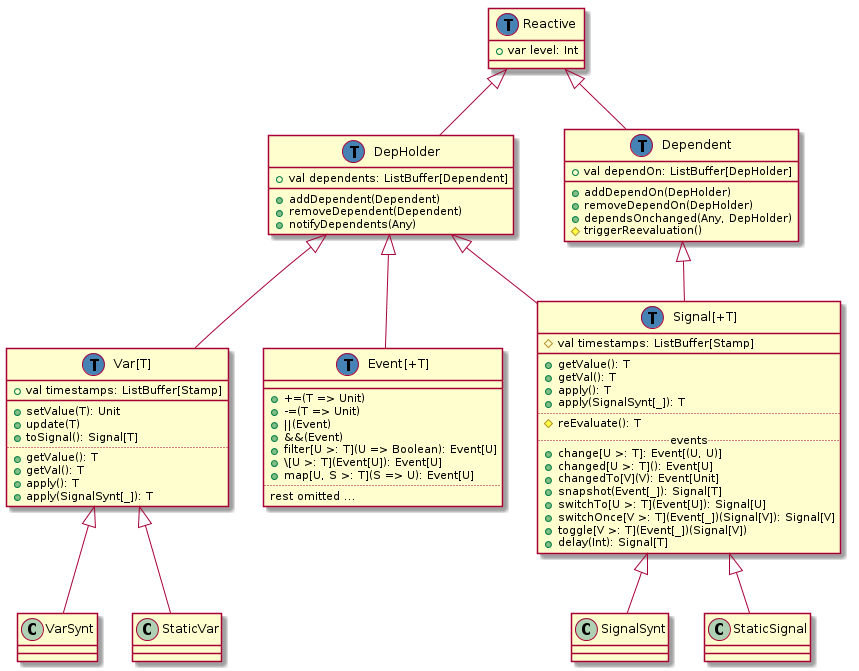
The PlantUML diagram doc/class-hierarchy/pre-refactoring-may-14.png in rescala-lang/REScala, before a commit.
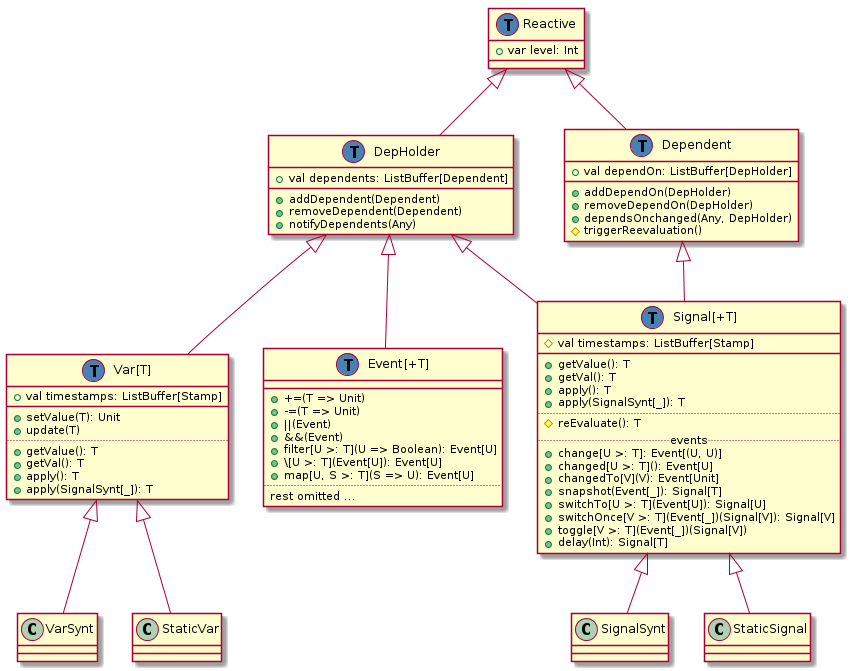
After the change.

Commit message:
Remove `toSignal` method

Diff of the diagram source:
```diff
@@ -25,7 +25,6 @@
   __
   +setValue(T): Unit
   +update(T)
-  +toSignal(): Signal[T]
   ..
   +getValue(): T
   +getVal(): T
```
